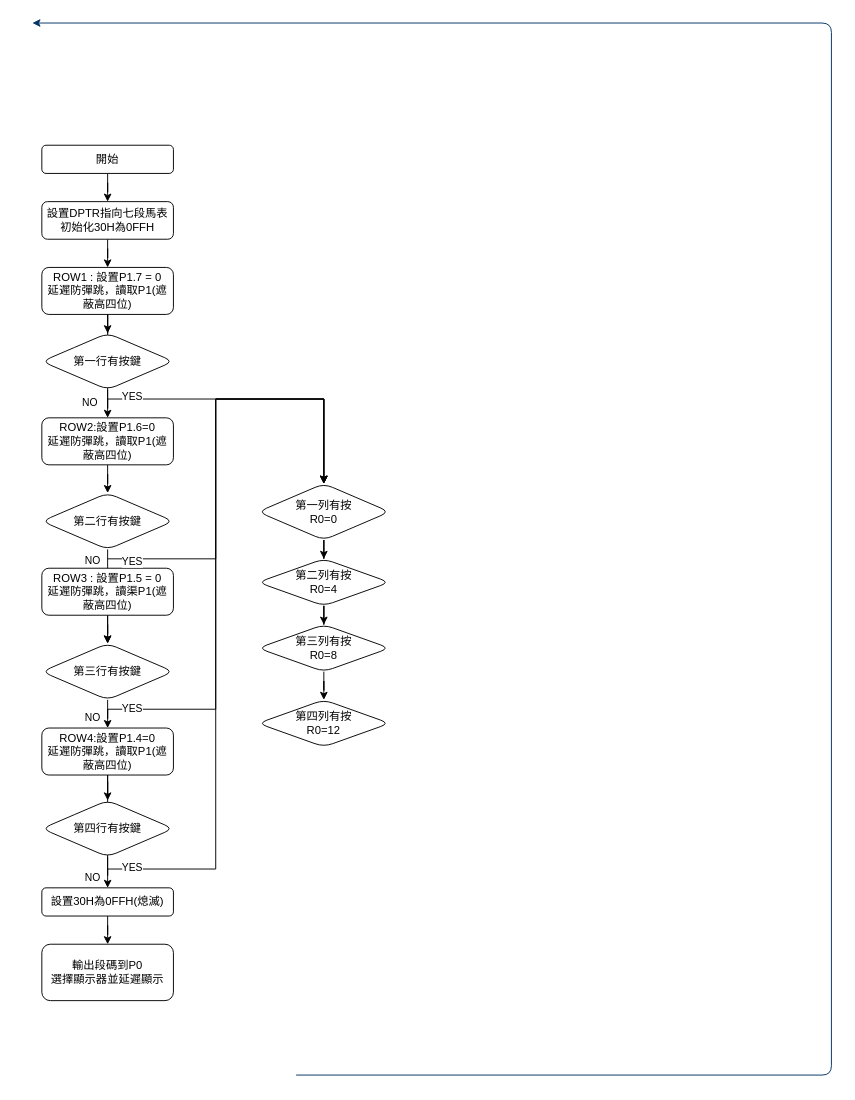
The draw.io diagram 未命名绘图.drawio in piting1104/se2, before the edit. Source tidied: cells renumbered, new cells numbered last; positions are measured from the earlier drawing's top-left corner, leaving out a move shared by most shapes. Both pictures are drawn from the tidied source at 94%, with x=0, y=0 at pixel (32, 23).
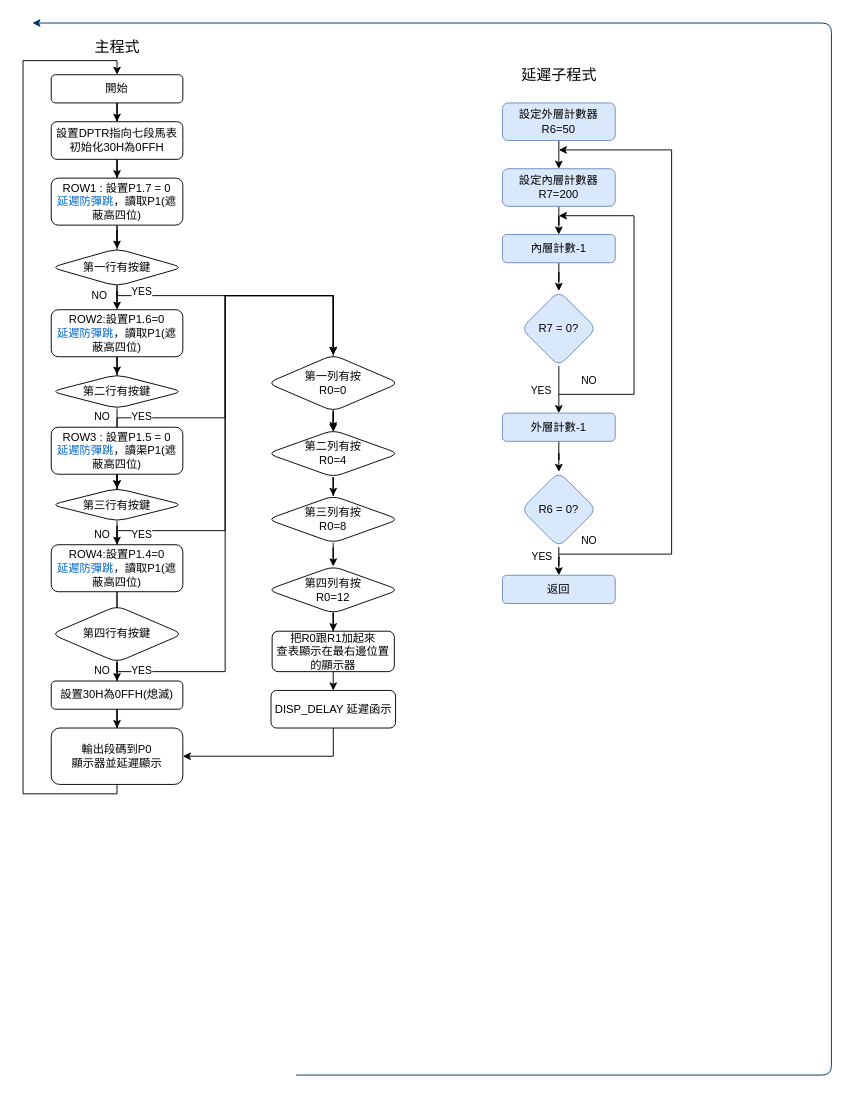
After the change.

The change refers to these unchanged cells:
```xml
<mxCell id="10" style="edgeStyle=orthogonalEdgeStyle;rounded=0;jettySize=auto;html=1;" parent="1" edge="1" source="12" target="14">
  <mxGeometry relative="1" as="geometry" />
</mxCell>
```

The edit, as a diff of the source:
```diff
@@
     <mxCell id="4" value="開始" style="rounded=1;whiteSpace=wrap;html=1;" parent="1" vertex="1">
-      <mxGeometry x="10" y="130" width="140" height="30" as="geometry" />
+      <mxGeometry x="20" y="55" width="140" height="30" as="geometry" />
     </mxCell>
@@
     <mxCell id="6" value="設置DPTR指向七段馬表&lt;div&gt;初始化30H為0FFH&lt;/div&gt;" style="whiteSpace=wrap;html=1;rounded=1;" parent="1" vertex="1">
-      <mxGeometry x="10" y="190" width="140" height="40" as="geometry" />
+      <mxGeometry x="20" y="105" width="140" height="40" as="geometry" />
     </mxCell>
@@
     <mxCell id="8" style="edgeStyle=orthogonalEdgeStyle;rounded=0;jettySize=auto;html=1;" parent="1" edge="1" source="9">
       <mxGeometry relative="1" as="geometry">
-        <mxPoint x="310" y="490" as="targetPoint" />
+        <mxPoint x="320" y="435" as="targetPoint" />
         <Array as="points">
-          <mxPoint x="80" y="400" />
-          <mxPoint x="310" y="400" />
+          <mxPoint x="90" y="290" />
+          <mxPoint x="320" y="290" />
         </Array>
       </mxGeometry>
     </mxCell>
-    <mxCell id="9" value="ROW1 : 設置P1.7 = 0&lt;br&gt;延遲防彈跳，讀取P1(遮蔽高四位)" style="whiteSpace=wrap;html=1;rounded=1;" parent="1" vertex="1">
-      <mxGeometry x="10" y="260" width="140" height="50" as="geometry" />
+    <mxCell id="9" value="ROW1 : 設置P1.7 = 0&lt;br&gt;&lt;font style=&quot;color: rgb(0, 102, 204);&quot;&gt;延遲防彈跳&lt;/font&gt;，讀取P1(遮蔽高四位)" style="whiteSpace=wrap;html=1;rounded=1;" parent="1" vertex="1">
+      <mxGeometry x="20" y="165" width="140" height="50" as="geometry" />
     </mxCell>
@@
     <mxCell id="11" value="NO" style="edgeLabel;html=1;align=center;verticalAlign=middle;" parent="10" vertex="1">
       <mxGeometry x="0.32" y="1" relative="1" as="geometry">
-        <mxPoint x="-21" as="offset" />
+        <mxPoint x="-21" y="3" as="offset" />
       </mxGeometry>
     </mxCell>
     <mxCell id="12" value="第一行有按鍵" style="rhombus;whiteSpace=wrap;html=1;rounded=1;" parent="1" vertex="1">
-      <mxGeometry x="10" y="330" width="140" height="60" as="geometry" />
+      <mxGeometry x="20" y="240" width="140" height="40" as="geometry" />
     </mxCell>
@@
-    <mxCell id="14" value="ROW2:設置P1.6=0&lt;div&gt;延遲防彈跳，讀取P1&lt;span style=&quot;background-color: transparent; color: light-dark(rgb(0, 0, 0), rgb(255, 255, 255));&quot;&gt;(遮蔽高四位)&lt;/span&gt;&lt;/div&gt;" style="whiteSpace=wrap;html=1;rounded=1;" parent="1" vertex="1">
-      <mxGeometry x="10" y="420" width="140" height="50" as="geometry" />
+    <mxCell id="14" value="ROW2:設置P1.6=0&lt;div&gt;&lt;font style=&quot;color: rgb(0, 102, 204);&quot;&gt;延遲防彈跳&lt;/font&gt;，讀取P1&lt;span style=&quot;background-color: transparent; color: light-dark(rgb(0, 0, 0), rgb(255, 255, 255));&quot;&gt;(遮蔽高四位)&lt;/span&gt;&lt;/div&gt;" style="whiteSpace=wrap;html=1;rounded=1;" parent="1" vertex="1">
+      <mxGeometry x="20" y="305" width="140" height="50" as="geometry" />
     </mxCell>
@@
     <mxCell id="16" style="edgeStyle=orthogonalEdgeStyle;rounded=0;jettySize=auto;html=1;entryX=0.5;entryY=0;entryDx=0;entryDy=0;" parent="1" edge="1" target="32">
       <mxGeometry relative="1" as="geometry">
-        <mxPoint x="80" y="570" as="sourcePoint" />
+        <mxPoint x="90" y="515" as="sourcePoint" />
         <Array as="points">
-          <mxPoint x="195" y="570" />
-          <mxPoint x="195" y="400" />
-          <mxPoint x="310" y="400" />
+          <mxPoint x="90" y="420" />
+          <mxPoint x="205" y="420" />
+          <mxPoint x="205" y="290" />
+          <mxPoint x="320" y="290" />
         </Array>
       </mxGeometry>
     </mxCell>
     <mxCell id="17" value="第二行有按鍵" style="rhombus;whiteSpace=wrap;html=1;rounded=1;" parent="1" vertex="1">
-      <mxGeometry x="10" y="500" width="140" height="60" as="geometry" />
+      <mxGeometry x="20" y="374" width="140" height="36" as="geometry" />
     </mxCell>
@@
-    <mxCell id="19" value="ROW3 : 設置P1.5 = 0&lt;br&gt;延遲防彈跳，讀渠P1(遮蔽高四位)" style="whiteSpace=wrap;html=1;rounded=1;" parent="1" vertex="1">
-      <mxGeometry x="10" y="580" width="140" height="50" as="geometry" />
+    <mxCell id="19" value="ROW3 : 設置P1.5 = 0&lt;br&gt;&lt;font style=&quot;color: rgb(0, 102, 204);&quot;&gt;延遲防彈跳&lt;/font&gt;，讀渠P1(遮蔽高四位)" style="whiteSpace=wrap;html=1;rounded=1;" parent="1" vertex="1">
+      <mxGeometry x="20" y="430" width="140" height="50" as="geometry" />
     </mxCell>
@@
     <mxCell id="21" style="edgeStyle=orthogonalEdgeStyle;rounded=0;jettySize=auto;html=1;entryX=0.5;entryY=0;entryDx=0;entryDy=0;" parent="1" edge="1" target="32">
       <mxGeometry relative="1" as="geometry">
-        <mxPoint x="80" y="730" as="sourcePoint" />
+        <mxPoint x="90" y="675" as="sourcePoint" />
         <Array as="points">
-          <mxPoint x="195" y="730" />
-          <mxPoint x="195" y="400" />
-          <mxPoint x="310" y="400" />
+          <mxPoint x="90" y="540" />
+          <mxPoint x="205" y="540" />
+          <mxPoint x="205" y="290" />
+          <mxPoint x="320" y="290" />
         </Array>
       </mxGeometry>
     </mxCell>
     <mxCell id="22" value="第三行有按鍵" style="rhombus;whiteSpace=wrap;html=1;rounded=1;" parent="1" vertex="1">
-      <mxGeometry x="10" y="660" width="140" height="60" as="geometry" />
+      <mxGeometry x="20" y="495" width="140" height="35" as="geometry" />
     </mxCell>
-    <mxCell id="23" style="edgeStyle=orthogonalEdgeStyle;rounded=0;jettySize=auto;html=1;" parent="1" edge="1" source="25" target="27">
-      <mxGeometry relative="1" as="geometry" />
-    </mxCell>
     <mxCell id="24" style="edgeStyle=orthogonalEdgeStyle;rounded=0;jettySize=auto;html=1;entryX=0.5;entryY=0;entryDx=0;entryDy=0;" parent="1" edge="1" source="25" target="32">
       <mxGeometry relative="1" as="geometry">
         <Array as="points">
-          <mxPoint x="80" y="900" />
-          <mxPoint x="195" y="900" />
-          <mxPoint x="195" y="400" />
-          <mxPoint x="310" y="400" />
+          <mxPoint x="90" y="690" />
+          <mxPoint x="205" y="690" />
+          <mxPoint x="205" y="290" />
+          <mxPoint x="320" y="290" />
         </Array>
       </mxGeometry>
     </mxCell>
-    <mxCell id="25" value="ROW4:設置P1.4=0&lt;div&gt;延遲防彈跳，讀取P1&lt;span style=&quot;background-color: transparent; color: light-dark(rgb(0, 0, 0), rgb(255, 255, 255));&quot;&gt;(遮蔽高四位)&lt;/span&gt;&lt;/div&gt;" style="whiteSpace=wrap;html=1;rounded=1;" parent="1" vertex="1">
-      <mxGeometry x="10" y="750" width="140" height="50" as="geometry" />
+    <mxCell id="25" value="ROW4:設置P1.4=0&lt;div&gt;&lt;font style=&quot;color: rgb(0, 102, 204);&quot;&gt;延遲防彈跳&lt;/font&gt;，讀取P1&lt;span style=&quot;background-color: transparent; color: light-dark(rgb(0, 0, 0), rgb(255, 255, 255));&quot;&gt;(遮蔽高四位)&lt;/span&gt;&lt;/div&gt;" style="whiteSpace=wrap;html=1;rounded=1;" parent="1" vertex="1">
+      <mxGeometry x="20" y="555" width="140" height="50" as="geometry" />
     </mxCell>
@@
     <mxCell id="27" value="第四行有按鍵" style="rhombus;whiteSpace=wrap;html=1;rounded=1;" parent="1" vertex="1">
-      <mxGeometry x="10" y="827" width="140" height="60" as="geometry" />
+      <mxGeometry x="20" y="620" width="140" height="60" as="geometry" />
     </mxCell>
@@
     <mxCell id="29" value="設置30H為0FFH(熄滅)" style="whiteSpace=wrap;html=1;rounded=1;" parent="1" vertex="1">
-      <mxGeometry x="10" y="920" width="140" height="30" as="geometry" />
+      <mxGeometry x="20" y="700" width="140" height="30" as="geometry" />
     </mxCell>
-    <mxCell id="30" value="輸出段碼到P0&lt;div&gt;選擇顯示器並延遲顯示&lt;/div&gt;" style="whiteSpace=wrap;html=1;rounded=1;" parent="1" vertex="1">
-      <mxGeometry x="10" y="980" width="140" height="60" as="geometry" />
+    <mxCell id="30" value="輸出段碼到P0&lt;div&gt;顯示器並延遲顯示&lt;/div&gt;" style="whiteSpace=wrap;html=1;rounded=1;" parent="1" vertex="1">
+      <mxGeometry x="20" y="750" width="140" height="60" as="geometry" />
     </mxCell>
@@
     <mxCell id="32" value="第一列有按&lt;div&gt;R0=0&lt;/div&gt;" style="rhombus;whiteSpace=wrap;html=1;rounded=1;" parent="1" vertex="1">
-      <mxGeometry x="240" y="490" width="140" height="60" as="geometry" />
+      <mxGeometry x="250" y="353" width="140" height="60" as="geometry" />
     </mxCell>
@@
     <mxCell id="34" value="第二列有按&lt;div&gt;R0=4&lt;/div&gt;" style="rhombus;whiteSpace=wrap;html=1;rounded=1;" parent="1" vertex="1">
-      <mxGeometry x="240" y="570" width="140" height="50" as="geometry" />
+      <mxGeometry x="250" y="433" width="140" height="50" as="geometry" />
     </mxCell>
@@
     <mxCell id="36" value="第三列有按&lt;div&gt;R0=8&lt;/div&gt;" style="rhombus;whiteSpace=wrap;html=1;rounded=1;" parent="1" vertex="1">
-      <mxGeometry x="240" y="640" width="140" height="50" as="geometry" />
+      <mxGeometry x="250" y="503" width="140" height="50" as="geometry" />
     </mxCell>
+    <mxCell id="45" style="edgeStyle=orthogonalEdgeStyle;rounded=0;jettySize=auto;html=1;" parent="1" edge="1" source="37" target="47">
+      <mxGeometry relative="1" as="geometry" />
+    </mxCell>
     <mxCell id="37" value="第四列有按&lt;div&gt;R0=12&lt;/div&gt;" style="rhombus;whiteSpace=wrap;html=1;rounded=1;" parent="1" vertex="1">
-      <mxGeometry x="240" y="720" width="140" height="50" as="geometry" />
+      <mxGeometry x="250" y="578" width="140" height="50" as="geometry" />
     </mxCell>
     <mxCell id="38" value="YES" style="edgeLabel;html=1;align=center;verticalAlign=middle;" parent="1" vertex="1">
-      <mxGeometry x="134.8" y="402" as="geometry">
+      <mxGeometry x="144.8" y="290" as="geometry">
         <mxPoint x="-29" y="-5" as="offset" />
       </mxGeometry>
     </mxCell>
     <mxCell id="39" value="YES" style="edgeLabel;html=1;align=center;verticalAlign=middle;" parent="1" vertex="1">
-      <mxGeometry x="150" y="414" as="geometry">
+      <mxGeometry x="160" y="260" as="geometry">
         <mxPoint x="-45" y="158" as="offset" />
       </mxGeometry>
     </mxCell>
     <mxCell id="40" value="NO" style="edgeLabel;html=1;align=center;verticalAlign=middle;" parent="1" vertex="1">
-      <mxGeometry x="70" y="413.3" as="geometry">
+      <mxGeometry x="80" y="260" as="geometry">
         <mxPoint x="-7" y="158" as="offset" />
       </mxGeometry>
     </mxCell>
     <mxCell id="41" value="NO" style="edgeLabel;html=1;align=center;verticalAlign=middle;" parent="1" vertex="1">
-      <mxGeometry x="70" y="580" as="geometry">
+      <mxGeometry x="80" y="385" as="geometry">
         <mxPoint x="-7" y="158" as="offset" />
       </mxGeometry>
     </mxCell>
     <mxCell id="42" value="YES" style="edgeLabel;html=1;align=center;verticalAlign=middle;" parent="1" vertex="1">
-      <mxGeometry x="150" y="570" as="geometry">
+      <mxGeometry x="160" y="385" as="geometry">
         <mxPoint x="-45" y="158" as="offset" />
       </mxGeometry>
     </mxCell>
     <mxCell id="43" value="NO" style="edgeLabel;html=1;align=center;verticalAlign=middle;" parent="1" vertex="1">
-      <mxGeometry x="70" y="750" as="geometry">
+      <mxGeometry x="80" y="530" as="geometry">
         <mxPoint x="-7" y="158" as="offset" />
       </mxGeometry>
     </mxCell>
     <mxCell id="44" value="YES" style="edgeLabel;html=1;align=center;verticalAlign=middle;" parent="1" vertex="1">
-      <mxGeometry x="150" y="740" as="geometry">
+      <mxGeometry x="160" y="530" as="geometry">
         <mxPoint x="-45" y="158" as="offset" />
       </mxGeometry>
     </mxCell>
+    <mxCell id="46" style="edgeStyle=orthogonalEdgeStyle;rounded=0;jettySize=auto;html=1;" parent="1" edge="1" source="47" target="48">
+      <mxGeometry relative="1" as="geometry" />
+    </mxCell>
+    <mxCell id="47" value="把R0跟R1加起來&lt;div&gt;查表顯示在最右邊位置的顯示器&lt;/div&gt;" style="whiteSpace=wrap;html=1;rounded=1;" parent="1" vertex="1">
+      <mxGeometry x="255" y="647" width="130" height="43" as="geometry" />
+    </mxCell>
+    <mxCell id="48" value="DISP_DELAY 延遲函示" style="whiteSpace=wrap;html=1;rounded=1;" parent="1" vertex="1">
+      <mxGeometry x="253.8" y="710" width="132.5" height="40" as="geometry" />
+    </mxCell>
+    <mxCell id="49" value="&lt;font&gt;主程式&lt;/font&gt;" style="text;html=1;align=center;verticalAlign=middle;strokeColor=none;fillColor=none;strokeWidth=3;fontSize=16;" parent="1" vertex="1">
+      <mxGeometry x="55" y="10" width="70" height="30" as="geometry" />
+    </mxCell>
+    <mxCell id="50" style="endArrow=classic;html=1;rounded=0;exitX=0.5;exitY=1;exitDx=0;exitDy=0;entryX=0.5;entryY=0;entryDx=0;entryDy=0;edgeStyle=orthogonalEdgeStyle;" parent="1" edge="1" source="30" target="4">
+      <mxGeometry relative="1" as="geometry">
+        <Array as="points">
+          <mxPoint x="90" y="820" />
+          <mxPoint x="-10" y="820" />
+          <mxPoint x="-10" y="40" />
+          <mxPoint x="90" y="40" />
+        </Array>
+      </mxGeometry>
+    </mxCell>
+    <mxCell id="51" style="edgeStyle=orthogonalEdgeStyle;rounded=0;jettySize=auto;html=1;" parent="1" edge="1" source="52" target="54">
+      <mxGeometry relative="1" as="geometry" />
+    </mxCell>
+    <mxCell id="52" value="設定內層計數器R7=200" style="rounded=1;whiteSpace=wrap;html=1;fillColor=#dae8fc;strokeColor=#6c8ebf;" parent="1" vertex="1">
+      <mxGeometry x="500" y="155" width="120" height="40" as="geometry" />
+    </mxCell>
+    <mxCell id="53" style="edgeStyle=orthogonalEdgeStyle;rounded=0;jettySize=auto;html=1;" parent="1" edge="1" source="54" target="57">
+      <mxGeometry relative="1" as="geometry" />
+    </mxCell>
+    <mxCell id="54" value="內層計數-1" style="whiteSpace=wrap;html=1;rounded=1;fillColor=#dae8fc;strokeColor=#6c8ebf;" parent="1" vertex="1">
+      <mxGeometry x="500" y="225" width="120" height="30" as="geometry" />
+    </mxCell>
+    <mxCell id="55" style="edgeStyle=orthogonalEdgeStyle;rounded=0;jettySize=auto;html=1;" parent="1" edge="1" source="57" target="59">
+      <mxGeometry relative="1" as="geometry" />
+    </mxCell>
+    <mxCell id="56" value="YES" style="edgeLabel;html=1;align=center;verticalAlign=middle;" parent="55" vertex="1">
+      <mxGeometry x="0.08" y="2" relative="1" as="geometry">
+        <mxPoint x="-22" y="-2" as="offset" />
+      </mxGeometry>
+    </mxCell>
+    <mxCell id="57" value="R7 = 0?" style="rhombus;whiteSpace=wrap;html=1;rounded=1;fillColor=#dae8fc;strokeColor=#6c8ebf;" parent="1" vertex="1">
+      <mxGeometry x="520" y="285" width="80" height="80" as="geometry" />
+    </mxCell>
+    <mxCell id="58" style="edgeStyle=orthogonalEdgeStyle;rounded=0;jettySize=auto;html=1;" parent="1" edge="1" source="59" target="66">
+      <mxGeometry relative="1" as="geometry" />
+    </mxCell>
+    <mxCell id="59" value="外層計數-1" style="whiteSpace=wrap;html=1;rounded=1;fillColor=#dae8fc;strokeColor=#6c8ebf;" parent="1" vertex="1">
+      <mxGeometry x="500" y="415" width="120" height="30" as="geometry" />
+    </mxCell>
+    <mxCell id="60" style="endArrow=classic;html=1;rounded=0;edgeStyle=orthogonalEdgeStyle;" parent="1" edge="1">
+      <mxGeometry relative="1" as="geometry">
+        <mxPoint x="560" y="395" as="sourcePoint" />
+        <mxPoint x="560" y="205" as="targetPoint" />
+        <Array as="points">
+          <mxPoint x="640" y="395" />
+          <mxPoint x="640" y="205" />
+        </Array>
+      </mxGeometry>
+    </mxCell>
+    <mxCell id="61" style="edgeStyle=orthogonalEdgeStyle;rounded=0;jettySize=auto;html=1;" parent="1" edge="1" source="62">
+      <mxGeometry relative="1" as="geometry">
+        <mxPoint x="560" y="155" as="targetPoint" />
+      </mxGeometry>
+    </mxCell>
+    <mxCell id="62" value="設定外層計數器R6=50" style="rounded=1;whiteSpace=wrap;html=1;fillColor=#dae8fc;strokeColor=#6c8ebf;" parent="1" vertex="1">
+      <mxGeometry x="500" y="85" width="120" height="40" as="geometry" />
+    </mxCell>
+    <mxCell id="63" value="NO" style="edgeLabel;html=1;align=center;verticalAlign=middle;" parent="1" vertex="1">
+      <mxGeometry x="560" y="395" as="geometry">
+        <mxPoint x="31" y="-15" as="offset" />
+      </mxGeometry>
+    </mxCell>
+    <mxCell id="64" value="YES" style="edgeLabel;html=1;align=center;verticalAlign=middle;" parent="1" vertex="1">
+      <mxGeometry x="530" y="622.5" as="geometry">
+        <mxPoint x="11" y="-55" as="offset" />
+      </mxGeometry>
+    </mxCell>
+    <mxCell id="65" style="edgeStyle=orthogonalEdgeStyle;rounded=0;jettySize=auto;html=1;" parent="1" edge="1" source="66" target="67">
+      <mxGeometry relative="1" as="geometry" />
+    </mxCell>
+    <mxCell id="66" value="R6 = 0?" style="rhombus;whiteSpace=wrap;html=1;rounded=1;fillColor=#dae8fc;strokeColor=#6c8ebf;" parent="1" vertex="1">
+      <mxGeometry x="520" y="477.5" width="80" height="80" as="geometry" />
+    </mxCell>
+    <mxCell id="67" value="返回" style="whiteSpace=wrap;html=1;rounded=1;fillColor=#dae8fc;strokeColor=#6c8ebf;" parent="1" vertex="1">
+      <mxGeometry x="500" y="587.5" width="120" height="30" as="geometry" />
+    </mxCell>
+    <mxCell id="68" style="endArrow=classic;html=1;rounded=0;edgeStyle=orthogonalEdgeStyle;" parent="1" edge="1">
+      <mxGeometry relative="1" as="geometry">
+        <mxPoint x="560" y="565" as="sourcePoint" />
+        <mxPoint x="560" y="135" as="targetPoint" />
+        <Array as="points">
+          <mxPoint x="680" y="565" />
+          <mxPoint x="680" y="135" />
+        </Array>
+      </mxGeometry>
+    </mxCell>
+    <mxCell id="69" value="NO" style="edgeLabel;html=1;align=center;verticalAlign=middle;" parent="1" vertex="1">
+      <mxGeometry x="560" y="565" as="geometry">
+        <mxPoint x="31" y="-15" as="offset" />
+      </mxGeometry>
+    </mxCell>
+    <mxCell id="70" value="延遲子程式" style="text;html=1;align=center;verticalAlign=middle;strokeColor=none;fillColor=none;fontSize=16;fontFamily=Times New Roman;" parent="1" vertex="1">
+      <mxGeometry x="510" y="40" width="100" height="30" as="geometry" />
+    </mxCell>
+    <mxCell id="71" style="endArrow=classic;html=1;rounded=0;exitX=0.5;exitY=1;exitDx=0;exitDy=0;entryX=1;entryY=0.5;entryDx=0;entryDy=0;edgeStyle=orthogonalEdgeStyle;" parent="1" edge="1" source="48" target="30">
+      <mxGeometry relative="1" as="geometry" />
+    </mxCell>
```
